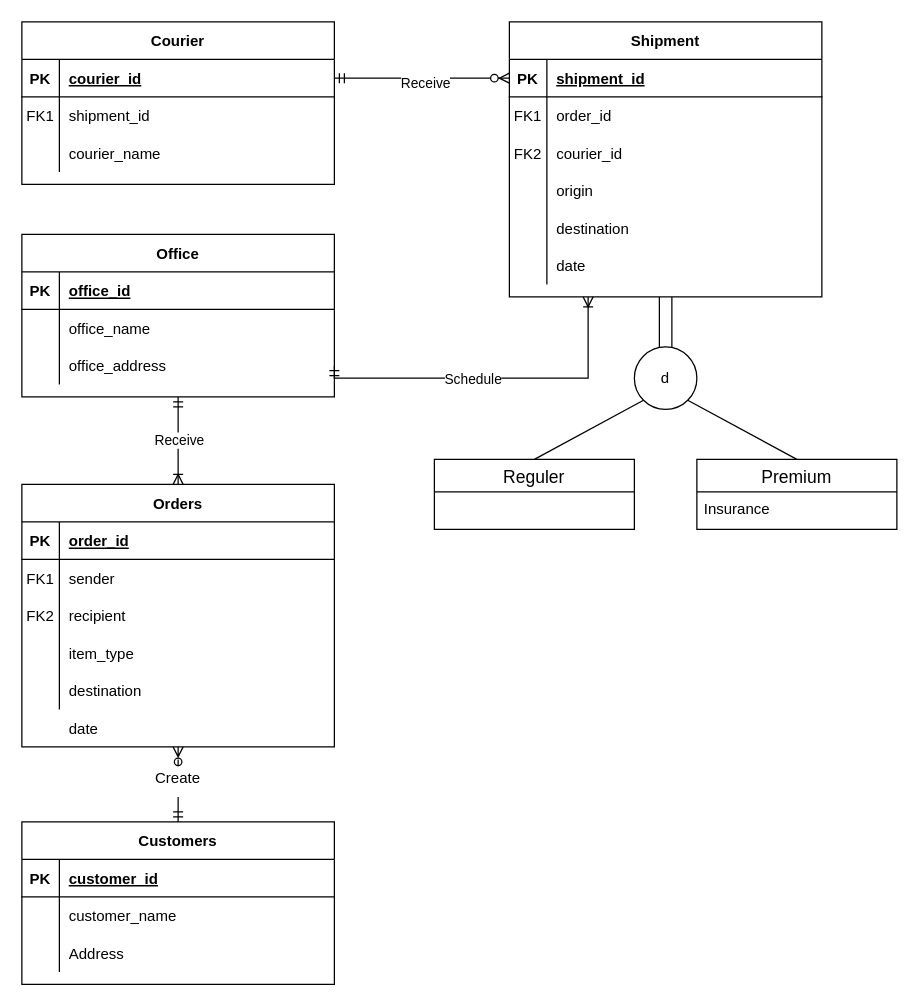
The draw.io diagram page "ERD" (1 of 2) of ERD/ERD_Norm.drawio in jeki-z/dripship, before the edit. Source tidied: cells renumbered, new cells numbered last; positions are measured from the earlier drawing's top-left corner, leaving out a move shared by most shapes. Both pictures are drawn from the tidied source at 125%, with x=0, y=0 at pixel (21, 21).
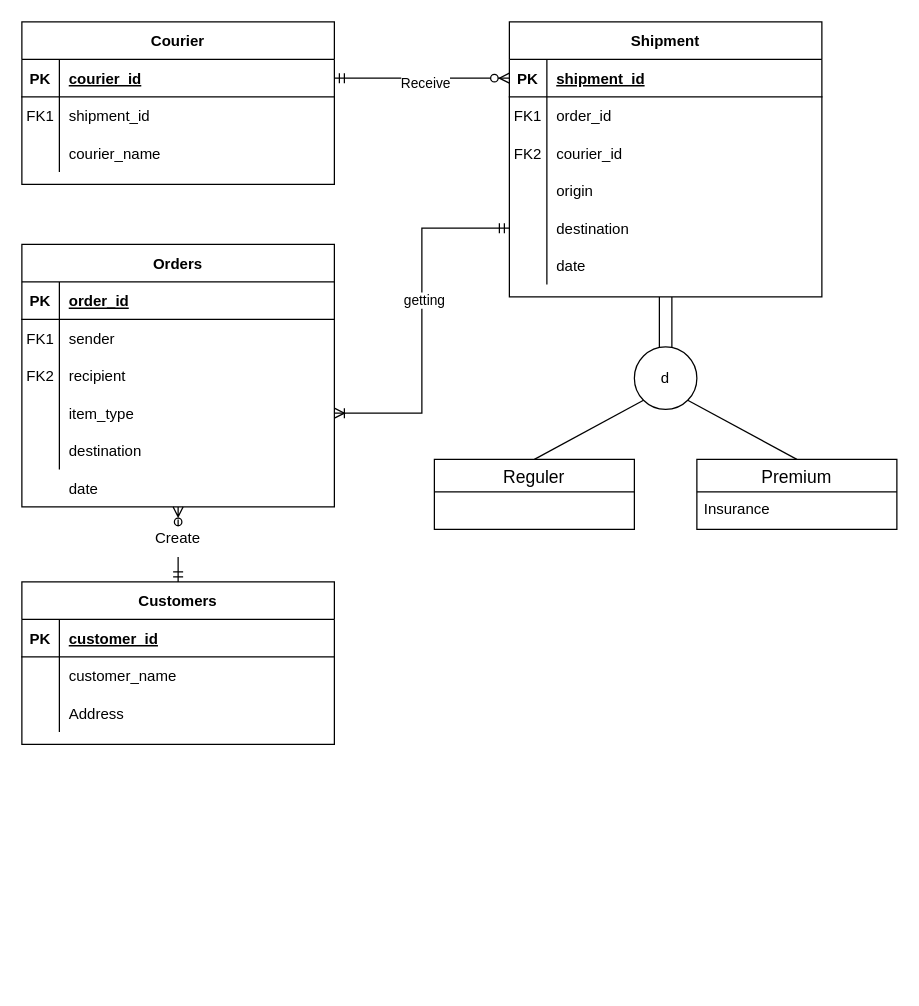
The same page after the edit.

Unchanged cells that the change refers to:
```xml
<mxCell id="12" style="shape=partialRectangle;fillColor=none;top=0;left=0;bottom=0;right=0;points=[[0,0.5],[1,0.5]];portConstraint=eastwest;" parent="2" vertex="1">
  <mxGeometry y="120" width="250" height="30" as="geometry" />
</mxCell>
<mxCell id="62" style="shape=partialRectangle;fillColor=none;top=0;left=0;bottom=0;right=0;points=[[0,0.5],[1,0.5]];portConstraint=eastwest;" parent="49" vertex="1">
  <mxGeometry y="150" width="250" height="30" as="geometry" />
</mxCell>
```

Change to the diagram source:
```diff
@@
     <mxCell id="2" value="Orders" style="shape=table;startSize=30;childLayout=tableLayout;rowLines=0;fontStyle=1;align=center;" parent="1" vertex="1">
-      <mxGeometry y="370" width="250" height="210" as="geometry" />
+      <mxGeometry y="178" width="250" height="210" as="geometry" />
     </mxCell>
@@
     <mxCell id="29" value="Customers" style="shape=table;startSize=30;childLayout=tableLayout;rowLines=0;fontStyle=1;align=center;" parent="1" vertex="1">
-      <mxGeometry y="640" width="250" height="130" as="geometry" />
+      <mxGeometry y="448" width="250" height="130" as="geometry" />
     </mxCell>
@@
-    <mxCell id="39" value="Office" style="shape=table;startSize=30;childLayout=tableLayout;rowLines=0;fontStyle=1;align=center;" parent="1" vertex="1">
-      <mxGeometry y="170" width="250" height="130" as="geometry" />
-    </mxCell>
-    <mxCell id="40" style="shape=partialRectangle;fillColor=none;top=0;left=0;right=0;bottom=1;" parent="39" vertex="1">
-      <mxGeometry y="30" width="250" height="30" as="geometry" />
-    </mxCell>
-    <mxCell id="41" value="PK" style="shape=partialRectangle;overflow=hidden;fillColor=none;top=0;left=0;bottom=0;right=0;fontStyle=1;" parent="40" vertex="1">
-      <mxGeometry width="30" height="30" as="geometry" />
-    </mxCell>
-    <mxCell id="42" value="office_id" style="shape=partialRectangle;overflow=hidden;fillColor=none;top=0;left=0;bottom=0;right=0;align=left;spacingLeft=6;fontStyle=5;" parent="40" vertex="1">
-      <mxGeometry x="30" width="220" height="30" as="geometry" />
-    </mxCell>
-    <mxCell id="43" style="shape=partialRectangle;fillColor=none;top=0;left=0;right=0;bottom=0;" parent="39" vertex="1">
-      <mxGeometry y="60" width="250" height="30" as="geometry" />
-    </mxCell>
-    <mxCell id="44" style="shape=partialRectangle;overflow=hidden;fillColor=none;top=0;left=0;bottom=0;right=0;" parent="43" vertex="1">
-      <mxGeometry width="30" height="30" as="geometry" />
-    </mxCell>
-    <mxCell id="45" value="office_name" style="shape=partialRectangle;overflow=hidden;fillColor=none;top=0;left=0;bottom=0;right=0;align=left;spacingLeft=6;" parent="43" vertex="1">
-      <mxGeometry x="30" width="220" height="30" as="geometry" />
-    </mxCell>
-    <mxCell id="46" style="shape=partialRectangle;fillColor=none;top=0;left=0;bottom=0;right=0;points=[[0,0.5],[1,0.5]];portConstraint=eastwest;" parent="39" vertex="1">
-      <mxGeometry y="90" width="250" height="30" as="geometry" />
-    </mxCell>
-    <mxCell id="47" style="shape=partialRectangle;fillColor=none;top=0;left=0;bottom=0;right=0;overflow=hidden;" parent="46" vertex="1">
-      <mxGeometry width="30" height="30" as="geometry" />
-    </mxCell>
-    <mxCell id="48" value="office_address" style="shape=partialRectangle;fillColor=none;top=0;left=0;bottom=0;right=0;align=left;spacingLeft=6;overflow=hidden;" parent="46" vertex="1">
-      <mxGeometry x="30" width="220" height="30" as="geometry" />
-    </mxCell>
@@
-    <mxCell id="76" style="fontSize=12;html=1;endArrow=ERoneToMany;startArrow=ERmandOne;rounded=0;exitX=0.5;exitY=1;exitDx=0;exitDy=0;entryX=0.5;entryY=0;entryDx=0;entryDy=0;" parent="1" edge="1" source="39" target="2">
-      <mxGeometry relative="1" as="geometry" />
-    </mxCell>
-    <mxCell id="77" value="Receive" style="edgeLabel;html=1;align=center;verticalAlign=middle;" parent="76" vertex="1">
-      <mxGeometry x="-0.24" y="-4" relative="1" as="geometry">
-        <mxPoint x="4" y="7" as="offset" />
-      </mxGeometry>
-    </mxCell>
-    <mxCell id="78" style="edgeStyle=orthogonalEdgeStyle;fontSize=12;html=1;endArrow=ERoneToMany;startArrow=ERmandOne;rounded=0;exitX=1;exitY=0.5;exitDx=0;exitDy=0;" parent="1" edge="1" source="46">
-      <mxGeometry relative="1" as="geometry">
-        <mxPoint x="453" y="220" as="targetPoint" />
-        <Array as="points">
-          <mxPoint x="453" y="285" />
-        </Array>
-      </mxGeometry>
-    </mxCell>
-    <mxCell id="79" value="Schedule" style="edgeLabel;html=1;align=center;verticalAlign=middle;" parent="78" vertex="1">
-      <mxGeometry x="-0.08" y="-4" relative="1" as="geometry">
-        <mxPoint x="-8" y="-4" as="offset" />
-      </mxGeometry>
-    </mxCell>
@@
     <mxCell id="82" value="Create" style="text;html=1;strokeColor=none;fillColor=none;align=center;verticalAlign=middle;whiteSpace=wrap;rounded=0;" parent="1" vertex="1">
-      <mxGeometry x="95" y="590" width="60" height="30" as="geometry" />
+      <mxGeometry x="95" y="398" width="60" height="30" as="geometry" />
     </mxCell>
     <mxCell id="83" style="edgeStyle=orthogonalEdgeStyle;rounded=0;jettySize=auto;html=1;exitX=0.5;exitY=0;exitDx=0;exitDy=0;endArrow=none;endFill=0;startArrow=ERmandOne;startFill=0;" parent="1" edge="1" source="29">
       <mxGeometry relative="1" as="geometry">
-        <mxPoint x="125" y="620" as="targetPoint" />
+        <mxPoint x="125" y="428" as="targetPoint" />
       </mxGeometry>
     </mxCell>
     <mxCell id="84" style="shape=partialRectangle;fillColor=none;top=0;left=0;bottom=0;right=0;" parent="1" vertex="1">
-      <mxGeometry y="550" width="250" height="30" as="geometry" />
+      <mxGeometry y="358" width="250" height="30" as="geometry" />
     </mxCell>
@@
+    <mxCell id="87" style="edgeStyle=orthogonalEdgeStyle;rounded=0;jettySize=auto;html=1;exitX=1;exitY=0.5;exitDx=0;exitDy=0;entryX=0;entryY=0.5;entryDx=0;entryDy=0;endArrow=ERmandOne;endFill=0;startArrow=ERoneToMany;startFill=0;" parent="1" edge="1" source="12" target="62">
+      <mxGeometry relative="1" as="geometry" />
+    </mxCell>
+    <mxCell id="88" value="getting" style="edgeLabel;html=1;align=center;verticalAlign=middle;" parent="87" vertex="1">
+      <mxGeometry x="0.12" y="-1" relative="1" as="geometry" />
+    </mxCell>
```
